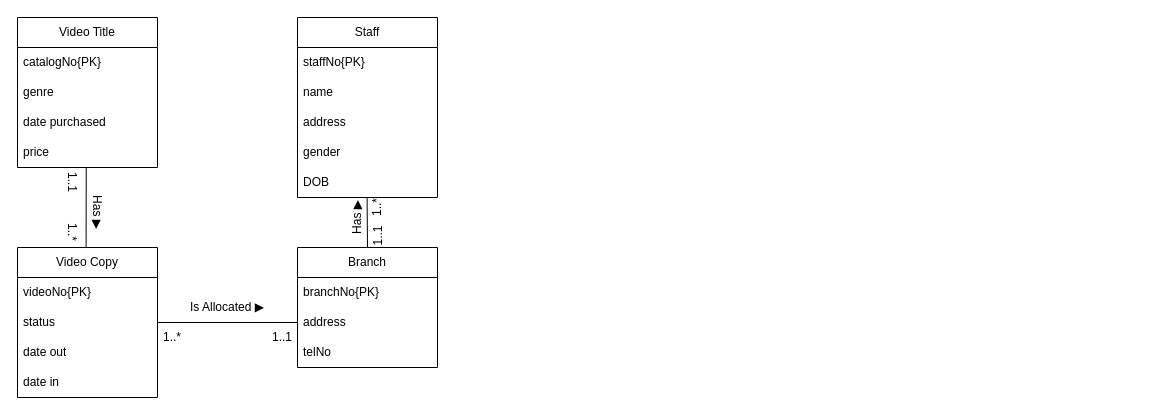
This is DBMS_T02_3b.drawio from shadowngks/DBMS, a draw.io file, before an edit. Source tidied: cells renumbered, new cells numbered last; positions are measured from the earlier drawing's top-left corner, leaving out a move shared by most shapes. Both pictures are drawn from the tidied source at 100%, with x=0, y=0 at pixel (17, 17).
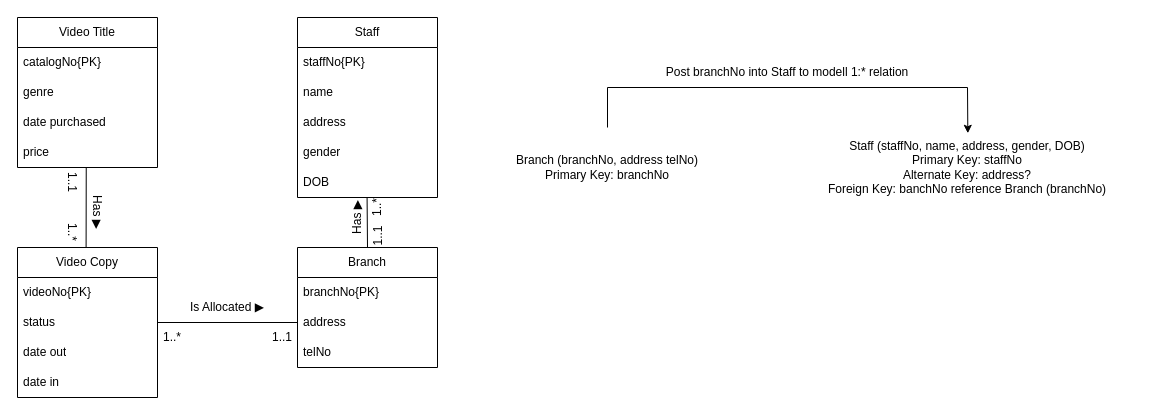
The same diagram, later.

The edit, as a diff of the source:
```diff
@@
+    <mxCell id="34" style="endArrow=classic;html=1;rounded=0;exitX=0.5;exitY=0;exitDx=0;exitDy=0;entryX=0.501;entryY=0.072;entryDx=0;entryDy=0;entryPerimeter=0;" parent="1" edge="1" source="36" target="37">
+      <mxGeometry relative="1" as="geometry">
+        <Array as="points">
+          <mxPoint x="590" y="70" />
+          <mxPoint x="950" y="70" />
+        </Array>
+      </mxGeometry>
+    </mxCell>
+    <mxCell id="35" value="Post branchNo into Staff to modell 1:* relation" style="text;html=1;align=center;verticalAlign=middle;whiteSpace=wrap;rounded=0;" parent="1" vertex="1">
+      <mxGeometry x="590" y="40" width="360" height="30" as="geometry" />
+    </mxCell>
+    <mxCell id="36" value="Branch (branchNo, address telNo)&lt;div&gt;Primary Key: branchNo&lt;/div&gt;" style="text;html=1;align=center;verticalAlign=middle;whiteSpace=wrap;rounded=0;" parent="1" vertex="1">
+      <mxGeometry x="420" y="110" width="340" height="80" as="geometry" />
+    </mxCell>
+    <mxCell id="37" value="Staff (staffNo, name, address, gender, DOB)&lt;div&gt;Primary Key: staffNo&lt;/div&gt;&lt;div&gt;Alternate Key: address?&lt;/div&gt;&lt;div&gt;Foreign Key: banchNo reference Branch (branchNo)&lt;/div&gt;" style="text;html=1;align=center;verticalAlign=middle;whiteSpace=wrap;rounded=0;" parent="1" vertex="1">
+      <mxGeometry x="780" y="110" width="340" height="80" as="geometry" />
+    </mxCell>
```
